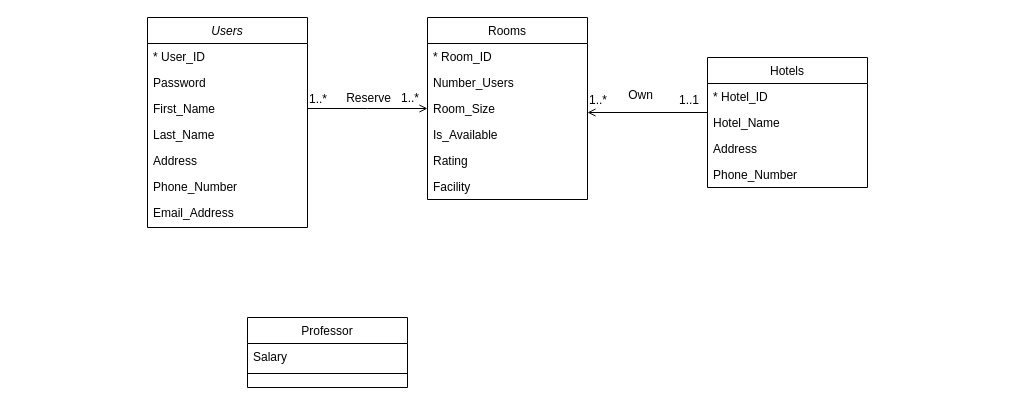
This is Web_practice.drawio from Ziqi222/name.c, a draw.io file, before an edit. Source tidied: cells renumbered, new cells numbered last; positions are measured from the earlier drawing's top-left corner, leaving out a move shared by most shapes. Both pictures are drawn from the tidied source at 100%, with x=0, y=0 at pixel (147, 17).
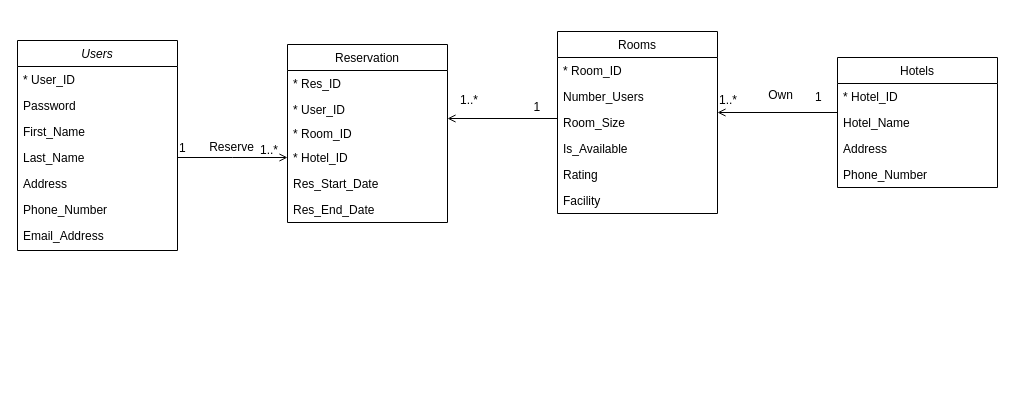
The same page after the edit.

The change refers to these unchanged cells:
```xml
<mxCell id="6" value="Last_Name" style="text;align=left;verticalAlign=top;spacingLeft=4;spacingRight=4;overflow=hidden;points=[[0,0.5],[1,0.5]];portConstraint=eastwest;rounded=0;shadow=0;html=0;" parent="2" vertex="1">
  <mxGeometry y="104" width="160" height="26" as="geometry" />
</mxCell>
```

The edit, as a diff of the source:
```diff
@@
     <mxCell id="2" value="Users" style="swimlane;fontStyle=2;align=center;verticalAlign=top;horizontal=1;startSize=26;rounded=0;shadow=0;strokeWidth=1;" parent="1" vertex="1">
-      <mxGeometry width="160" height="210" as="geometry" />
+      <mxGeometry x="-130" y="23" width="160" height="210" as="geometry" />
     </mxCell>
@@
-    <mxCell id="10" value="Professor" style="swimlane;fontStyle=0;align=center;verticalAlign=top;horizontal=1;startSize=26;rounded=0;shadow=0;strokeWidth=1;" parent="1" vertex="1">
-      <mxGeometry x="100" y="300" width="160" height="70" as="geometry" />
-    </mxCell>
-    <mxCell id="11" value="Salary" style="text;align=left;verticalAlign=top;spacingLeft=4;spacingRight=4;overflow=hidden;" parent="10" vertex="1">
-      <mxGeometry y="26" width="160" height="26" as="geometry" />
-    </mxCell>
-    <mxCell id="12" style="line;html=1;strokeWidth=1;align=left;verticalAlign=middle;spacingTop=-1;spacingLeft=3;spacingRight=3;labelPosition=right;" parent="10" vertex="1">
-      <mxGeometry y="52" width="160" height="8" as="geometry" />
-    </mxCell>
     <mxCell id="13" value="Rooms" style="swimlane;fontStyle=0;align=center;verticalAlign=top;horizontal=1;startSize=26;rounded=0;shadow=0;strokeWidth=1;" parent="1" vertex="1">
-      <mxGeometry x="280" width="160" height="182" as="geometry" />
+      <mxGeometry x="410" y="14" width="160" height="182" as="geometry" />
     </mxCell>
@@
-    <mxCell id="20" style="endArrow=open;shadow=0;strokeWidth=1;rounded=0;endFill=1;edgeStyle=elbowEdgeStyle;elbow=vertical;" parent="1" edge="1" source="2" target="13">
-      <mxGeometry x="0.5" y="41" relative="1" as="geometry">
-        <mxPoint x="-40" y="32" as="offset" />
-      </mxGeometry>
-    </mxCell>
-    <mxCell id="21" value="1..*" style="align=left;verticalAlign=bottom;labelBackgroundColor=none;fontSize=12;" parent="20" vertex="1">
-      <mxGeometry x="-1" relative="1" as="geometry">
-        <mxPoint y="-1" as="offset" />
-      </mxGeometry>
-    </mxCell>
-    <mxCell id="22" value="Reserve" style="text;html=1;align=center;verticalAlign=middle;labelBackgroundColor=none;rounded=0;shadow=0;strokeWidth=1;fontSize=12;" parent="20" vertex="1">
-      <mxGeometry x="0.5" y="49" relative="1" as="geometry">
-        <mxPoint x="-30" y="38" as="offset" />
-      </mxGeometry>
-    </mxCell>
     <mxCell id="23" value="1..*" style="align=left;verticalAlign=bottom;labelBackgroundColor=none;fontSize=12;" parent="1" vertex="1">
-      <mxGeometry x="260" y="130" as="geometry">
-        <mxPoint x="-8" y="-41" as="offset" />
+      <mxGeometry x="120" y="270" as="geometry">
+        <mxPoint x="-9" y="-129" as="offset" />
       </mxGeometry>
     </mxCell>
     <mxCell id="24" value="Hotels" style="swimlane;fontStyle=0;align=center;verticalAlign=top;horizontal=1;startSize=26;rounded=0;shadow=0;strokeWidth=1;" parent="1" vertex="1">
-      <mxGeometry x="560" y="40" width="160" height="130" as="geometry" />
+      <mxGeometry x="690" y="40" width="160" height="130" as="geometry" />
     </mxCell>
@@
     <mxCell id="29" style="endArrow=open;shadow=0;strokeWidth=1;rounded=0;endFill=1;edgeStyle=elbowEdgeStyle;elbow=vertical;" parent="1" edge="1">
       <mxGeometry x="0.5" y="41" relative="1" as="geometry">
-        <mxPoint x="560" y="94" as="sourcePoint" />
-        <mxPoint x="440" y="95" as="targetPoint" />
+        <mxPoint x="690" y="94" as="sourcePoint" />
+        <mxPoint x="570" y="95" as="targetPoint" />
         <mxPoint x="-40" y="32" as="offset" />
       </mxGeometry>
     </mxCell>
     <mxCell id="30" value="1..*" style="align=left;verticalAlign=bottom;labelBackgroundColor=none;fontSize=12;" parent="1" vertex="1">
-      <mxGeometry x="440" y="91" as="geometry" />
+      <mxGeometry x="570" y="91" as="geometry" />
     </mxCell>
-    <mxCell id="31" value="1..1" style="align=left;verticalAlign=bottom;labelBackgroundColor=none;fontSize=12;" parent="1" vertex="1">
-      <mxGeometry x="530" y="91" as="geometry" />
+    <mxCell id="31" value="1" style="align=left;verticalAlign=bottom;labelBackgroundColor=none;fontSize=12;" parent="1" vertex="1">
+      <mxGeometry x="670" y="110" as="geometry">
+        <mxPoint x="-4" y="-22" as="offset" />
+      </mxGeometry>
     </mxCell>
     <mxCell id="32" value="Own" style="text;html=1;align=center;verticalAlign=middle;labelBackgroundColor=none;rounded=0;shadow=0;strokeWidth=1;fontSize=12;" parent="1" vertex="1">
-      <mxGeometry x="480" y="80" as="geometry">
+      <mxGeometry x="620" y="80" as="geometry">
         <mxPoint x="12" y="-3" as="offset" />
       </mxGeometry>
     </mxCell>
+    <mxCell id="33" value="Reservation" style="swimlane;fontStyle=0;align=center;verticalAlign=top;horizontal=1;startSize=26;rounded=0;shadow=0;strokeWidth=1;" parent="1" vertex="1">
+      <mxGeometry x="140" y="27" width="160" height="178" as="geometry" />
+    </mxCell>
+    <mxCell id="34" value="* Res_ID" style="text;align=left;verticalAlign=top;spacingLeft=4;spacingRight=4;overflow=hidden;" parent="33" vertex="1">
+      <mxGeometry y="26" width="160" height="26" as="geometry" />
+    </mxCell>
+    <mxCell id="35" value="* User_ID" style="text;align=left;verticalAlign=top;spacingLeft=4;spacingRight=4;overflow=hidden;rounded=0;shadow=0;html=0;" parent="33" vertex="1">
+      <mxGeometry y="52" width="160" height="24" as="geometry" />
+    </mxCell>
+    <mxCell id="36" value="* Room_ID" style="text;align=left;verticalAlign=top;spacingLeft=4;spacingRight=4;overflow=hidden;rounded=0;shadow=0;html=0;" parent="33" vertex="1">
+      <mxGeometry y="76" width="160" height="24" as="geometry" />
+    </mxCell>
+    <mxCell id="37" value="* Hotel_ID" style="text;align=left;verticalAlign=top;spacingLeft=4;spacingRight=4;overflow=hidden;rounded=0;shadow=0;html=0;" parent="33" vertex="1">
+      <mxGeometry y="100" width="160" height="26" as="geometry" />
+    </mxCell>
+    <mxCell id="38" value="Res_Start_Date" style="text;align=left;verticalAlign=top;spacingLeft=4;spacingRight=4;overflow=hidden;rounded=0;shadow=0;html=0;" parent="33" vertex="1">
+      <mxGeometry y="126" width="160" height="26" as="geometry" />
+    </mxCell>
+    <mxCell id="39" value="Res_End_Date" style="text;align=left;verticalAlign=top;spacingLeft=4;spacingRight=4;overflow=hidden;rounded=0;shadow=0;html=0;" parent="33" vertex="1">
+      <mxGeometry y="152" width="160" height="26" as="geometry" />
+    </mxCell>
+    <mxCell id="40" style="endArrow=open;shadow=0;strokeWidth=1;rounded=0;endFill=1;edgeStyle=elbowEdgeStyle;elbow=vertical;exitX=1;exitY=0.5;exitDx=0;exitDy=0;" parent="1" edge="1" source="6">
+      <mxGeometry x="0.5" y="41" relative="1" as="geometry">
+        <mxPoint x="140" y="140" as="targetPoint" />
+        <mxPoint x="-40" y="32" as="offset" />
+      </mxGeometry>
+    </mxCell>
+    <mxCell id="41" value="1" style="align=left;verticalAlign=bottom;labelBackgroundColor=none;fontSize=12;" parent="40" vertex="1">
+      <mxGeometry x="-1" relative="1" as="geometry">
+        <mxPoint y="-1" as="offset" />
+      </mxGeometry>
+    </mxCell>
+    <mxCell id="22" value="Reserve" style="text;html=1;align=center;verticalAlign=middle;labelBackgroundColor=none;rounded=0;shadow=0;strokeWidth=1;fontSize=12;" parent="40" vertex="1">
+      <mxGeometry x="0.5" y="49" relative="1" as="geometry">
+        <mxPoint x="-30" y="38" as="offset" />
+      </mxGeometry>
+    </mxCell>
+    <mxCell id="42" style="endArrow=open;shadow=0;strokeWidth=1;rounded=0;endFill=1;edgeStyle=elbowEdgeStyle;elbow=vertical;" parent="1" edge="1">
+      <mxGeometry x="0.5" y="41" relative="1" as="geometry">
+        <mxPoint x="410" y="100" as="sourcePoint" />
+        <mxPoint x="300" y="101" as="targetPoint" />
+        <mxPoint x="-40" y="32" as="offset" />
+      </mxGeometry>
+    </mxCell>
+    <mxCell id="43" value="1" style="align=left;verticalAlign=bottom;labelBackgroundColor=none;fontSize=12;" parent="1" vertex="1">
+      <mxGeometry x="39.5" y="149.5" as="geometry">
+        <mxPoint x="345" y="-52" as="offset" />
+      </mxGeometry>
+    </mxCell>
+    <mxCell id="21" value="1..*" style="align=left;verticalAlign=bottom;labelBackgroundColor=none;fontSize=12;" parent="1" vertex="1">
+      <mxGeometry x="320" y="220" width="160" as="geometry">
+        <mxPoint x="-9" y="-129" as="offset" />
+      </mxGeometry>
+    </mxCell>
```
